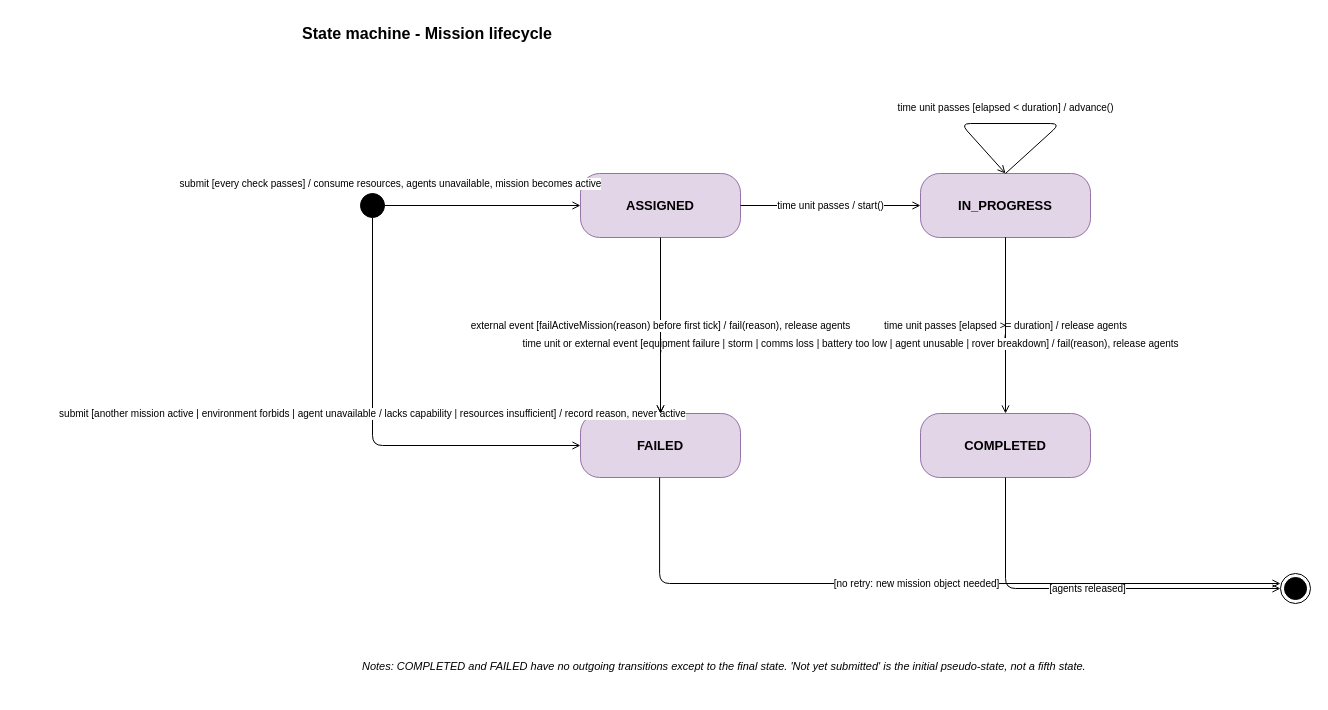
Before: docs/UML/10-state-machine-p4.drawio in YassinAwad66/MARS-OPS, a draw.io diagram. Source tidied: cells renumbered, new cells numbered last; positions are measured from the earlier drawing's top-left corner, leaving out a move shared by most shapes. Both pictures are drawn from the tidied source at 100%, with x=0, y=0 at pixel (300, 17).
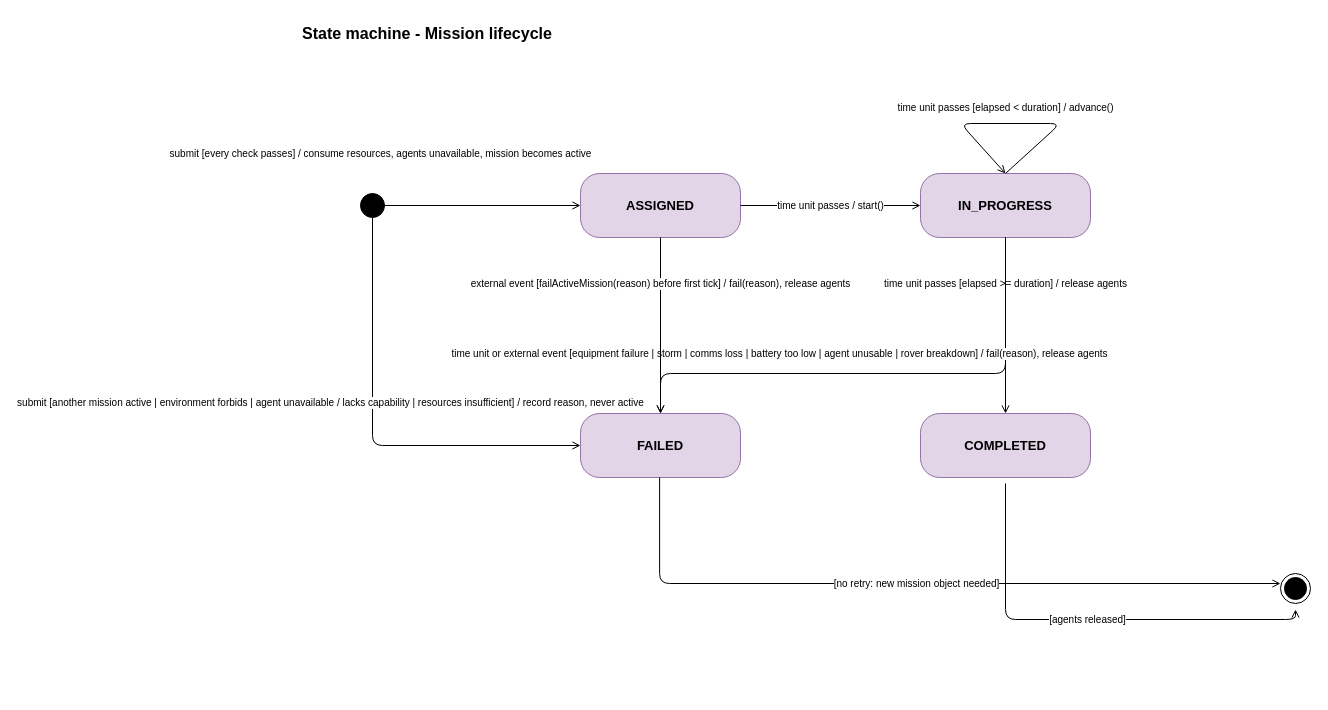
After the change.

Commit message (it also covers changes not shown here):
uml mahmoud

The change refers to these unchanged cells:
```xml
<mxCell id="3" style="ellipse;fillColor=#000000;strokeColor=#000000;" parent="1" vertex="1">
  <mxGeometry x="60" y="176" width="24" height="24" as="geometry" />
</mxCell>
<mxCell id="4" value="ASSIGNED" style="rounded=1;whiteSpace=wrap;html=1;arcSize=30;fillColor=#e1d5e7;strokeColor=#9673a6;fontSize=13;fontStyle=1;" parent="1" vertex="1">
  <mxGeometry x="280" y="156" width="160" height="64" as="geometry" />
</mxCell>
<mxCell id="5" value="IN_PROGRESS" style="rounded=1;whiteSpace=wrap;html=1;arcSize=30;fillColor=#e1d5e7;strokeColor=#9673a6;fontSize=13;fontStyle=1;" parent="1" vertex="1">
  <mxGeometry x="620" y="156" width="170" height="64" as="geometry" />
</mxCell>
<mxCell id="6" value="COMPLETED" style="rounded=1;whiteSpace=wrap;html=1;arcSize=30;fillColor=#e1d5e7;strokeColor=#9673a6;fontSize=13;fontStyle=1;" parent="1" vertex="1">
  <mxGeometry x="620" y="396" width="170" height="64" as="geometry" />
</mxCell>
<mxCell id="7" value="FAILED" style="rounded=1;whiteSpace=wrap;html=1;arcSize=30;fillColor=#e1d5e7;strokeColor=#9673a6;fontSize=13;fontStyle=1;" parent="1" vertex="1">
  <mxGeometry x="280" y="396" width="160" height="64" as="geometry" />
</mxCell>
<mxCell id="8" style="ellipse;shape=endState;fillColor=#000000;strokeColor=#000000;" parent="1" vertex="1">
  <mxGeometry x="980" y="556" width="30" height="30" as="geometry" />
</mxCell>
```

What changed in the source:
```diff
@@
     <mxCell id="9" value="submit [every check passes] / consume resources, agents unavailable, mission becomes active" style="edgeStyle=orthogonalEdgeStyle;html=1;endArrow=open;endFill=0;fontSize=10;labelBackgroundColor=#ffffff;" parent="1" edge="1" source="3" target="4">
-      <mxGeometry x="-0.94" y="22" relative="1" as="geometry" />
+      <mxGeometry x="-1" y="52" relative="1" as="geometry">
+        <mxPoint x="-4" as="offset" />
+      </mxGeometry>
     </mxCell>
     <mxCell id="10" value="submit [another mission active | environment forbids | agent unavailable / lacks capability | resources insufficient] / record reason, never active" style="edgeStyle=orthogonalEdgeStyle;html=1;endArrow=open;endFill=0;fontSize=10;labelBackgroundColor=#ffffff;" parent="1" edge="1" source="3" target="7">
-      <mxGeometry x="-0.1" relative="1" as="geometry">
+      <mxGeometry x="-0.15" y="-42" relative="1" as="geometry">
         <Array as="points">
           <mxPoint x="72" y="428" />
         </Array>
       </mxGeometry>
     </mxCell>
@@
     <mxCell id="12" value="time unit passes [elapsed &amp;gt;= duration] / release agents" style="edgeStyle=orthogonalEdgeStyle;html=1;endArrow=open;endFill=0;fontSize=10;labelBackgroundColor=#ffffff;" parent="1" edge="1" source="5" target="6">
-      <mxGeometry relative="1" as="geometry" />
+      <mxGeometry x="-0.48" relative="1" as="geometry" />
     </mxCell>
     <mxCell id="13" value="time unit or external event [equipment failure | storm | comms loss | battery too low | agent unusable | rover breakdown] / fail(reason), release agents" style="edgeStyle=orthogonalEdgeStyle;html=1;endArrow=open;endFill=0;fontSize=10;labelBackgroundColor=#ffffff;" parent="1" edge="1" source="5" target="7">
-      <mxGeometry relative="1" as="geometry">
+      <mxGeometry x="0.39" y="-20" relative="1" as="geometry">
         <Array as="points">
-          <mxPoint x="705" y="326" />
-          <mxPoint x="360" y="326" />
+          <mxPoint x="705" y="356" />
+          <mxPoint x="360" y="356" />
         </Array>
       </mxGeometry>
     </mxCell>
     <mxCell id="14" value="external event [failActiveMission(reason) before first tick] / fail(reason), release agents" style="edgeStyle=orthogonalEdgeStyle;html=1;endArrow=open;endFill=0;fontSize=10;labelBackgroundColor=#ffffff;" parent="1" edge="1" source="4" target="7">
-      <mxGeometry relative="1" as="geometry" />
+      <mxGeometry x="-0.48" relative="1" as="geometry" />
     </mxCell>
-    <mxCell id="15" value="[agents released]" style="edgeStyle=orthogonalEdgeStyle;html=1;endArrow=open;endFill=0;fontSize=10;labelBackgroundColor=#ffffff;" parent="1" edge="1" source="6" target="8">
+    <mxCell id="15" value="[agents released]" style="edgeStyle=orthogonalEdgeStyle;html=1;endArrow=open;endFill=0;fontSize=10;labelBackgroundColor=#ffffff;" parent="1" edge="1">
       <mxGeometry relative="1" as="geometry">
+        <mxPoint x="705" y="466" as="sourcePoint" />
+        <mxPoint x="995" y="592" as="targetPoint" />
         <Array as="points">
-          <mxPoint x="705" y="571" />
+          <mxPoint x="705" y="602" />
+          <mxPoint x="995" y="602" />
         </Array>
       </mxGeometry>
     </mxCell>
@@
-    <mxCell id="19" value="Notes: COMPLETED and FAILED have no outgoing transitions except to the final state. &amp;#x27;Not yet submitted&amp;#x27; is the initial pseudo-state, not a fifth state." style="text;html=1;whiteSpace=wrap;align=left;fontSize=11;fontStyle=2;" parent="1" vertex="1">
-      <mxGeometry x="60" y="636" width="800" height="40" as="geometry" />
-    </mxCell>
```
